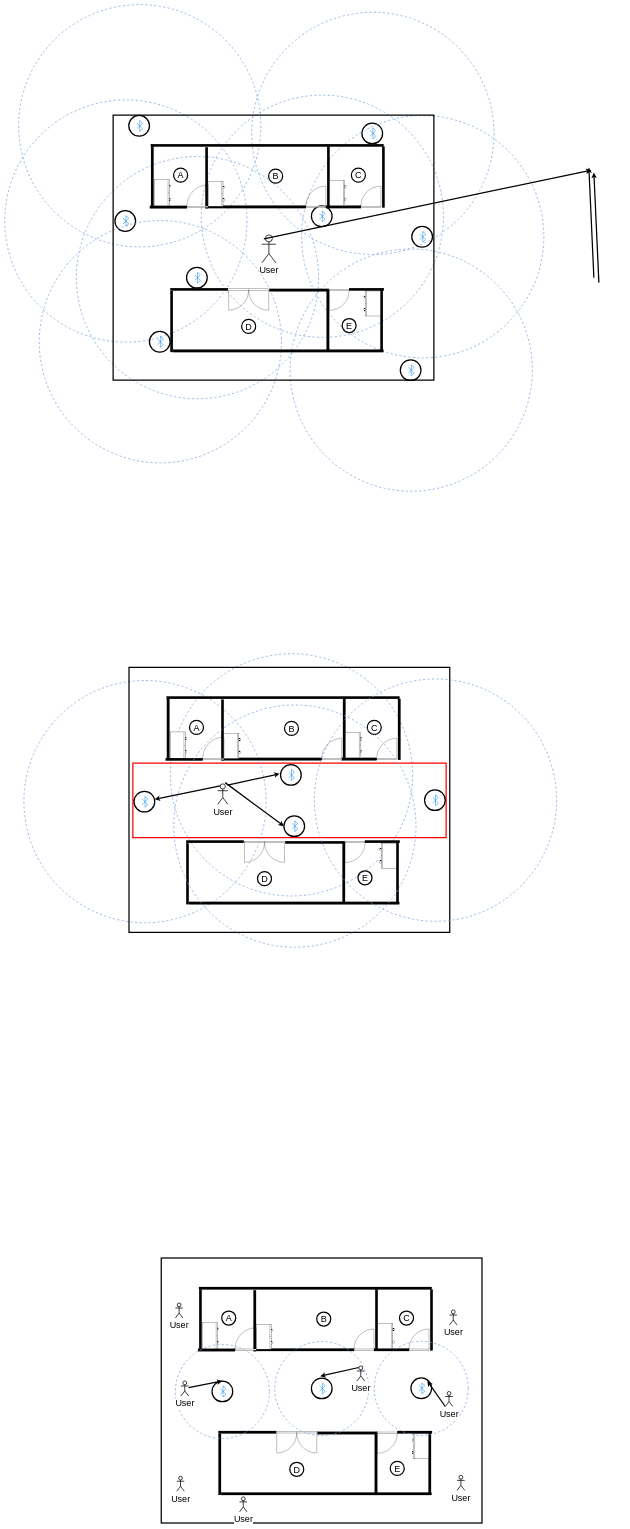
Earlier version of the draw.io diagram Untitled Diagram.drawio (syedowaisali/OneWheeler). Source tidied: cells renumbered, new cells numbered last; positions are measured from the earlier drawing's top-left corner, leaving out a move shared by most shapes. Both pictures are drawn from the tidied source at 25%, with x=0, y=0 at pixel (4, 4).
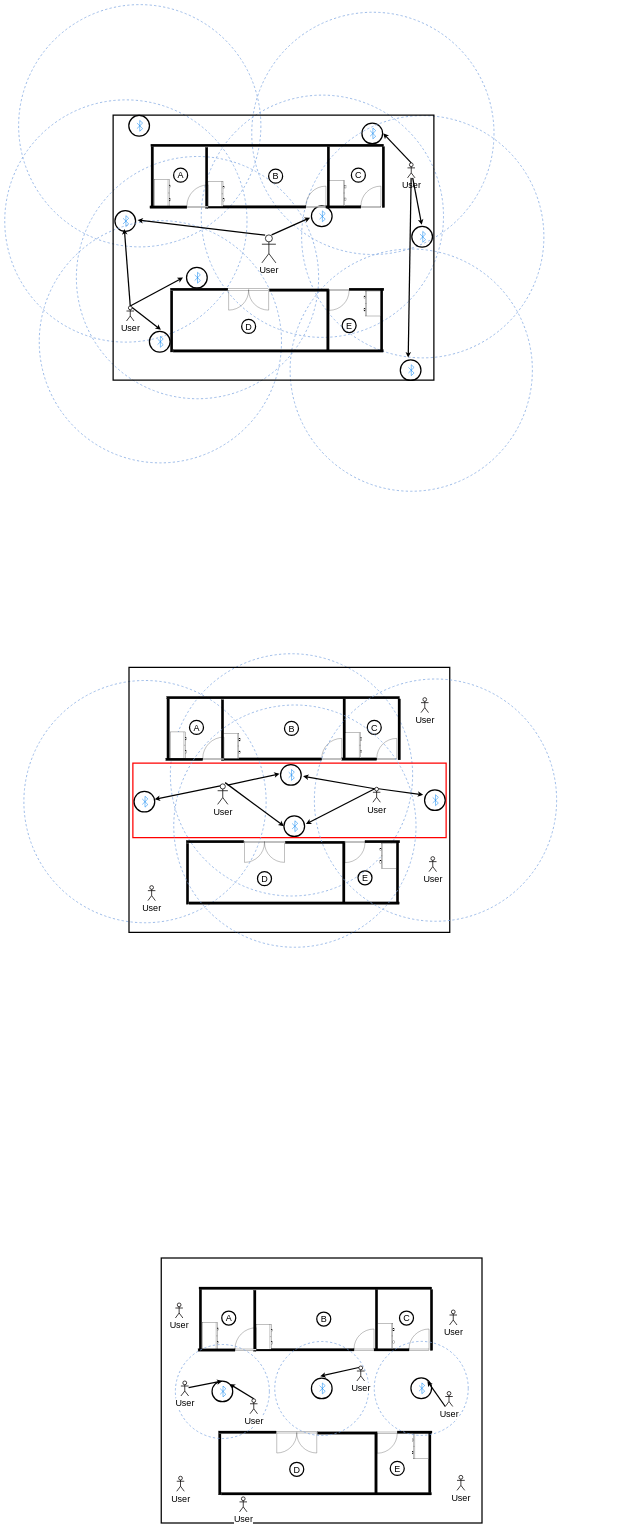
After the change.

Unchanged cells that the change refers to:
```xml
<mxCell id="8" style="group;" parent="1" vertex="1">
  <mxGeometry x="328" y="2489" width="2156.5" height="1974" as="geometry" />
</mxCell>
<mxCell id="49" style="ellipse;whiteSpace=wrap;html=1;strokeWidth=3;fillColor=none;gradientColor=none;fontSize=36;dashed=1;strokeColor=#7EA6E0;" parent="48" vertex="1">
  <mxGeometry x="-264" y="-280" width="969" height="969" as="geometry" />
</mxCell>
<mxCell id="50" style="ellipse;whiteSpace=wrap;html=1;strokeWidth=5;fillColor=none;gradientColor=none;fontSize=36;" parent="48" vertex="1">
  <mxGeometry x="176.7" y="163.2" width="82.7" height="82.7" as="geometry" />
</mxCell>
<mxCell id="53" style="group;" parent="52" vertex="1">
  <mxGeometry width="969" height="969" as="geometry" />
</mxCell>
<mxCell id="55" style="ellipse;whiteSpace=wrap;html=1;strokeWidth=5;fillColor=none;gradientColor=none;fontSize=36;" parent="53" vertex="1">
  <mxGeometry x="176.7" y="163.2" width="82.7" height="82.7" as="geometry" />
</mxCell>
<mxCell id="60" style="group;" parent="59" vertex="1">
  <mxGeometry width="2156.5" height="1974" as="geometry" />
</mxCell>
<mxCell id="72" style="group;" parent="71" vertex="1">
  <mxGeometry width="969" height="969" as="geometry" />
</mxCell>
<mxCell id="103" style="rounded=0;whiteSpace=wrap;html=1;gradientColor=none;strokeWidth=5;fontStyle=1;fillColor=none;" parent="60" vertex="1">
  <mxGeometry x="169.5" y="162" width="1283" height="1060" as="geometry" />
</mxCell>
<mxCell id="167" style="group;" parent="1" vertex="1">
  <mxGeometry x="683" y="5359.5" width="376" height="376" as="geometry" />
</mxCell>
<mxCell id="169" style="ellipse;whiteSpace=wrap;html=1;strokeWidth=5;fillColor=none;gradientColor=none;fontSize=36;" parent="167" vertex="1">
  <mxGeometry x="146.7" y="146.2" width="82.7" height="82.7" as="geometry" />
</mxCell>
```

Diff of the diagram source:
```diff
@@
+    <mxCell id="190" value="User" style="shape=umlActor;verticalLabelPosition=bottom;labelBackgroundColor=#ffffff;verticalAlign=top;html=1;strokeColor=#050000;strokeWidth=3;fillColor=none;gradientColor=none;fontSize=36;" parent="53" vertex="1">
+      <mxGeometry x="194.5" y="430.5" width="30" height="60" as="geometry" />
+    </mxCell>
+    <mxCell id="191" value="User" style="shape=umlActor;verticalLabelPosition=bottom;labelBackgroundColor=#ffffff;verticalAlign=top;html=1;outlineConnect=0;strokeColor=#050000;strokeWidth=3;fillColor=none;gradientColor=none;fontSize=36;" parent="53" vertex="1">
+      <mxGeometry x="-30" y="153" width="30" height="60" as="geometry" />
+    </mxCell>
+    <mxCell id="192" value="User" style="shape=umlActor;verticalLabelPosition=bottom;labelBackgroundColor=#ffffff;verticalAlign=top;html=1;strokeColor=#050000;strokeWidth=3;fillColor=none;gradientColor=none;fontSize=36;" parent="53" vertex="1">
+      <mxGeometry x="162.5" y="-205.5" width="30" height="60" as="geometry" />
+    </mxCell>
+    <mxCell id="193" style="endArrow=classic;html=1;fontSize=36;strokeWidth=5;entryX=-0.069;entryY=0.245;entryDx=0;entryDy=0;entryPerimeter=0;exitX=0.75;exitY=0.1;exitDx=0;exitDy=0;exitPerimeter=0;" parent="53" edge="1" source="191" target="55">
+      <mxGeometry relative="1" as="geometry" />
+    </mxCell>
+    <mxCell id="194" value="User" style="shape=umlActor;verticalLabelPosition=bottom;labelBackgroundColor=#ffffff;verticalAlign=top;html=1;strokeColor=#050000;strokeWidth=3;fillColor=none;gradientColor=none;fontSize=36;" parent="8" vertex="1">
+      <mxGeometry x="245" y="1035" width="30" height="60" as="geometry" />
+    </mxCell>
+    <mxCell id="195" style="endArrow=classic;html=1;fontSize=36;strokeWidth=5;entryX=1.063;entryY=0.4;entryDx=0;entryDy=0;entryPerimeter=0;exitX=0.25;exitY=0.1;exitDx=0;exitDy=0;exitPerimeter=0;" parent="8" edge="1" source="191" target="50">
+      <mxGeometry relative="1" as="geometry" />
+    </mxCell>
+    <mxCell id="196" style="endArrow=classic;html=1;fontSize=36;strokeWidth=5;entryX=0.534;entryY=0.294;entryDx=0;entryDy=0;entryPerimeter=0;exitX=0.25;exitY=0.1;exitDx=0;exitDy=0;exitPerimeter=0;" parent="8" edge="1" source="191" target="49">
+      <mxGeometry relative="1" as="geometry" />
+    </mxCell>
@@
-    <mxCell id="77" style="endArrow=classic;html=1;fontSize=36;strokeWidth=5;entryX=0.256;entryY=0.874;entryDx=0;entryDy=0;entryPerimeter=0;exitX=0.75;exitY=0.1;exitDx=0;exitDy=0;exitPerimeter=0;" parent="72" edge="1">
-      <mxGeometry relative="1" as="geometry">
-        <mxPoint x="1124.5" y="801.5" as="sourcePoint" />
-        <mxPoint x="1104.5" y="361.5" as="targetPoint" />
-      </mxGeometry>
-    </mxCell>
@@
-    <mxCell id="134" style="endArrow=classic;html=1;fontSize=36;entryX=0.484;entryY=0.893;entryDx=0;entryDy=0;entryPerimeter=0;strokeWidth=5;exitX=0.25;exitY=0.1;exitDx=0;exitDy=0;exitPerimeter=0;" parent="60" edge="1">
+    <mxCell id="134" style="endArrow=classic;html=1;fontSize=36;entryX=0.076;entryY=0.396;entryDx=0;entryDy=0;entryPerimeter=0;strokeWidth=5;" parent="60" edge="1" target="103">
       <mxGeometry relative="1" as="geometry">
-        <mxPoint x="2092.5" y="812" as="sourcePoint" />
-        <mxPoint x="2072.5" y="372" as="targetPoint" />
+        <mxPoint x="777.5" y="642" as="sourcePoint" />
       </mxGeometry>
     </mxCell>
-    <mxCell id="135" style="endArrow=classic;html=1;fontSize=36;strokeWidth=5;entryX=0.662;entryY=0.194;entryDx=0;entryDy=0;entryPerimeter=0;" parent="60" edge="1">
+    <mxCell id="135" style="endArrow=classic;html=1;fontSize=36;strokeWidth=5;entryX=0.614;entryY=0.387;entryDx=0;entryDy=0;entryPerimeter=0;" parent="60" edge="1" target="103">
       <mxGeometry relative="1" as="geometry">
-        <mxPoint x="772.5" y="657" as="sourcePoint" />
-        <mxPoint x="2082.5" y="382" as="targetPoint" />
+        <mxPoint x="803.5" y="641" as="sourcePoint" />
       </mxGeometry>
     </mxCell>
+    <mxCell id="197" value="User" style="shape=umlActor;verticalLabelPosition=bottom;labelBackgroundColor=#ffffff;verticalAlign=top;html=1;outlineConnect=0;strokeColor=#050000;strokeWidth=3;fillColor=none;gradientColor=none;fontSize=36;" parent="60" vertex="1">
+      <mxGeometry x="223" y="925.5" width="30" height="60" as="geometry" />
+    </mxCell>
+    <mxCell id="198" value="User" style="shape=umlActor;verticalLabelPosition=bottom;labelBackgroundColor=#ffffff;verticalAlign=top;html=1;outlineConnect=0;strokeColor=#050000;strokeWidth=3;fillColor=none;gradientColor=none;fontSize=36;" parent="60" vertex="1">
+      <mxGeometry x="1347" y="353" width="30" height="60" as="geometry" />
+    </mxCell>
+    <mxCell id="199" style="endArrow=classic;html=1;fontSize=36;strokeWidth=5;exitX=0.5;exitY=0;exitDx=0;exitDy=0;exitPerimeter=0;entryX=0.035;entryY=0.43;entryDx=0;entryDy=0;entryPerimeter=0;" parent="60" edge="1" source="197" target="103">
+      <mxGeometry relative="1" as="geometry" />
+    </mxCell>
+    <mxCell id="77" style="endArrow=classic;html=1;fontSize=36;strokeWidth=5;entryX=0.218;entryY=0.613;entryDx=0;entryDy=0;entryPerimeter=0;exitX=0.5;exitY=0;exitDx=0;exitDy=0;exitPerimeter=0;" parent="60" edge="1" source="197" target="103">
+      <mxGeometry relative="1" as="geometry" />
+    </mxCell>
+    <mxCell id="200" style="endArrow=classic;html=1;fontSize=36;strokeWidth=5;entryX=0.149;entryY=0.81;entryDx=0;entryDy=0;entryPerimeter=0;exitX=0.75;exitY=0.1;exitDx=0;exitDy=0;exitPerimeter=0;" parent="60" edge="1" source="197" target="103">
+      <mxGeometry relative="1" as="geometry" />
+    </mxCell>
+    <mxCell id="201" style="endArrow=classic;html=1;fontSize=36;strokeWidth=5;entryX=0.842;entryY=0.069;entryDx=0;entryDy=0;entryPerimeter=0;exitX=0.5;exitY=0;exitDx=0;exitDy=0;exitPerimeter=0;" parent="60" edge="1" source="198" target="103">
+      <mxGeometry relative="1" as="geometry" />
+    </mxCell>
+    <mxCell id="202" style="endArrow=classic;html=1;fontSize=36;strokeWidth=5;entryX=0.962;entryY=0.414;entryDx=0;entryDy=0;entryPerimeter=0;" parent="60" edge="1" source="198" target="103">
+      <mxGeometry relative="1" as="geometry" />
+    </mxCell>
+    <mxCell id="203" style="endArrow=classic;html=1;fontSize=36;strokeWidth=5;entryX=0.92;entryY=0.915;entryDx=0;entryDy=0;entryPerimeter=0;" parent="60" edge="1" source="198" target="103">
+      <mxGeometry relative="1" as="geometry" />
+    </mxCell>
@@
+    <mxCell id="204" value="User" style="shape=umlActor;verticalLabelPosition=bottom;labelBackgroundColor=#ffffff;verticalAlign=top;html=1;outlineConnect=0;strokeColor=#050000;strokeWidth=3;fillColor=none;gradientColor=none;fontSize=36;" parent="167" vertex="1">
+      <mxGeometry x="298.5" y="217" width="30" height="60" as="geometry" />
+    </mxCell>
+    <mxCell id="205" style="endArrow=classic;html=1;fontSize=36;entryX=1;entryY=0;entryDx=0;entryDy=0;strokeWidth=5;exitX=0.5;exitY=0;exitDx=0;exitDy=0;exitPerimeter=0;" parent="167" edge="1" source="204" target="169">
+      <mxGeometry relative="1" as="geometry" />
+    </mxCell>
```
